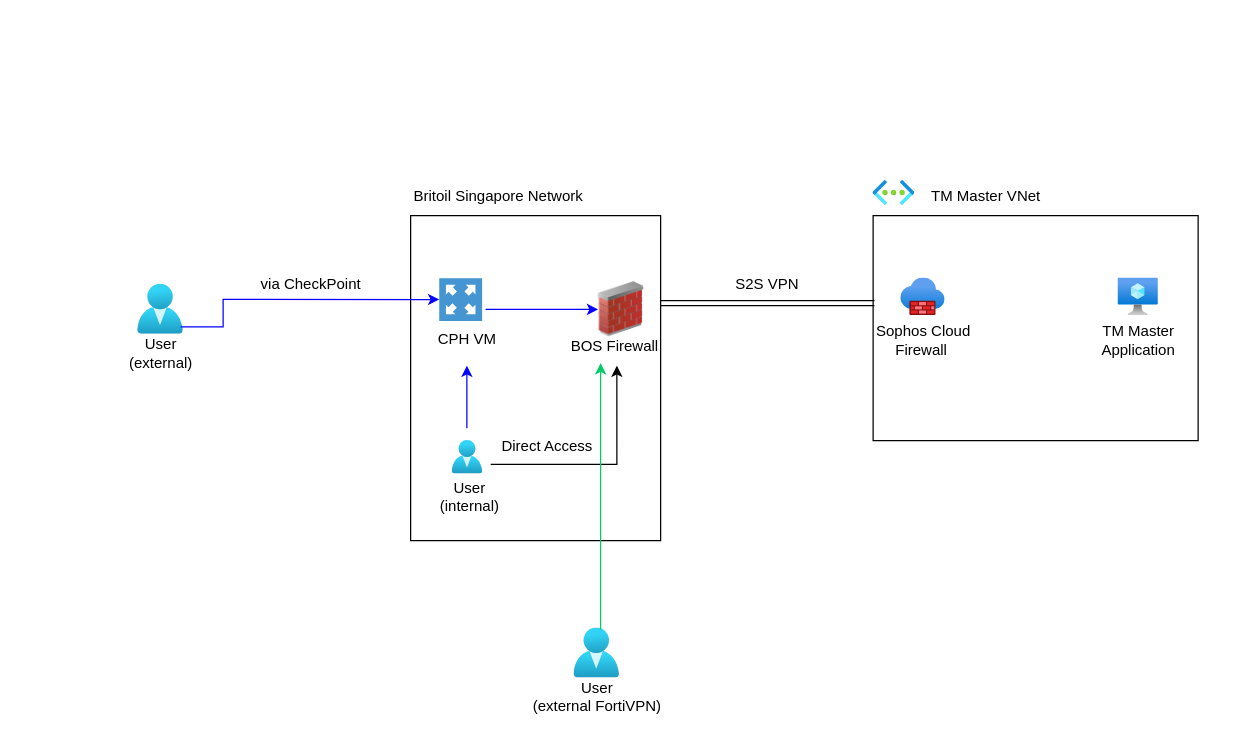
Earlier version of the draw.io diagram Britoil.drawio (aung-soepaing/DrawIO). Source tidied: cells renumbered, new cells numbered last; positions are measured from the earlier drawing's top-left corner, leaving out a move shared by most shapes. Both pictures are drawn from the tidied source at 125%, with x=0, y=0 at pixel (98, 178).
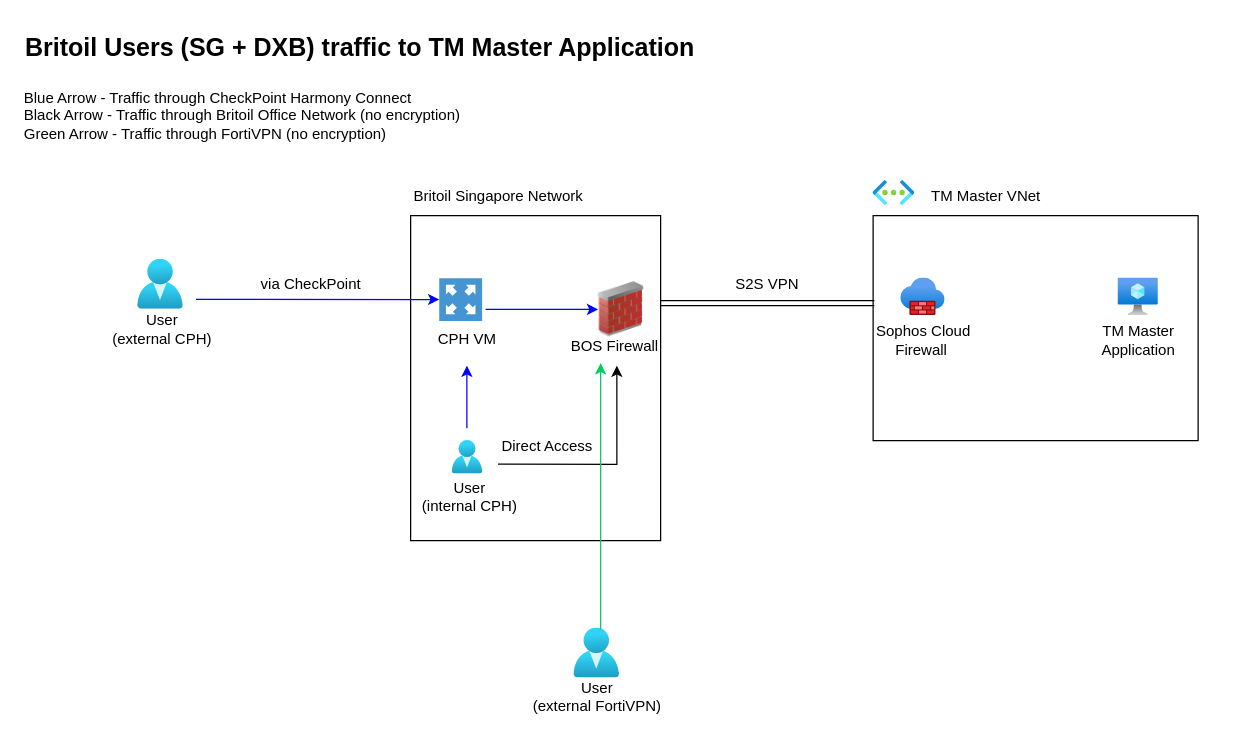
Above is the later version.

The change refers to these unchanged cells:
```xml
<mxCell id="4" style="shadow=0;dashed=0;html=1;strokeColor=none;fillColor=#4495D1;labelPosition=center;verticalLabelPosition=bottom;verticalAlign=top;align=center;outlineConnect=0;shape=mxgraph.veeam.2d.proxy_appliance;" parent="3" vertex="1">
  <mxGeometry x="12.9" width="34.3" height="34.3" as="geometry" />
</mxCell>
```

Change to the diagram source:
```diff
@@
     <mxCell id="22" style="group;" parent="1" vertex="1">
-      <mxGeometry y="85" width="100" height="75" as="geometry" />
+      <mxGeometry y="65" width="100" height="76" as="geometry" />
     </mxCell>
     <mxCell id="23" style="group;" parent="22" vertex="1">
-      <mxGeometry x="15" width="70" height="75" as="geometry" />
+      <mxGeometry x="15" width="84" height="76" as="geometry" />
     </mxCell>
@@
-    <mxCell id="25" value="User&lt;br&gt;(external)" style="text;html=1;align=center;verticalAlign=middle;points=[];strokeColor=none;fillColor=none;" parent="23" vertex="1">
-      <mxGeometry y="35" width="70" height="40" as="geometry" />
+    <mxCell id="25" value="User&lt;br&gt;(external CPH)" style="text;html=1;align=center;verticalAlign=middle;points=[];strokeColor=none;fillColor=none;" parent="23" vertex="1">
+      <mxGeometry x="-13" y="35" width="97" height="41" as="geometry" />
     </mxCell>
     <mxCell id="26" style="group;" parent="1" vertex="1">
-      <mxGeometry x="260" y="210" width="73.7" height="60.7" as="geometry" />
+      <mxGeometry x="260" y="210" width="83.9" height="65.7" as="geometry" />
     </mxCell>
@@
-    <mxCell id="29" value="User&lt;br style=&quot;font-size: 12px;&quot;&gt;(internal)" style="text;html=1;align=center;verticalAlign=middle;points=[];strokeColor=none;fillColor=none;fontSize=12;" parent="26" vertex="1">
-      <mxGeometry x="1.9" y="24.7" width="70" height="40" as="geometry" />
+    <mxCell id="29" value="User&lt;br style=&quot;font-size: 12px;&quot;&gt;(internal CPH)" style="text;html=1;align=center;verticalAlign=middle;points=[];strokeColor=none;fillColor=none;fontSize=12;" parent="26" vertex="1">
+      <mxGeometry x="-10.1" y="24.7" width="94" height="41" as="geometry" />
     </mxCell>
-    <mxCell id="30" style="endArrow=classic;html=1;rounded=0;exitX=0.729;exitY=-0.025;exitDx=0;exitDy=0;exitPerimeter=0;strokeColor=#0000FF;" parent="1" edge="1" source="25" target="4">
-      <mxGeometry relative="1" as="geometry">
-        <Array as="points">
-          <mxPoint x="100" y="119" />
-          <mxPoint x="100" y="97" />
-        </Array>
-      </mxGeometry>
-    </mxCell>
@@
+    <mxCell id="30" style="endArrow=classic;html=1;rounded=0;exitX=0.786;exitY=-0.075;exitDx=0;exitDy=0;exitPerimeter=0;strokeColor=#0000FF;" parent="1" edge="1" source="25" target="4">
+      <mxGeometry relative="1" as="geometry" />
+    </mxCell>
+    <mxCell id="40" value="Blue Arrow - Traffic through CheckPoint Harmony Connect&lt;br&gt;Black Arrow - Traffic through Britoil Office Network (no encryption)&lt;br&gt;Green Arrow - Traffic through FortiVPN (no encryption)" style="text;html=1;align=left;verticalAlign=middle;strokeColor=none;fillColor=none;" parent="1" vertex="1">
+      <mxGeometry x="-61" y="-80" width="370" height="60" as="geometry" />
+    </mxCell>
+    <mxCell id="41" value="Britoil Users (SG + DXB) traffic to TM Master Application" style="text;html=1;align=left;verticalAlign=middle;strokeColor=none;fillColor=none;fontStyle=1;fontSize=20;" parent="1" vertex="1">
+      <mxGeometry x="-60" y="-125" width="560" height="40" as="geometry" />
+    </mxCell>
```
